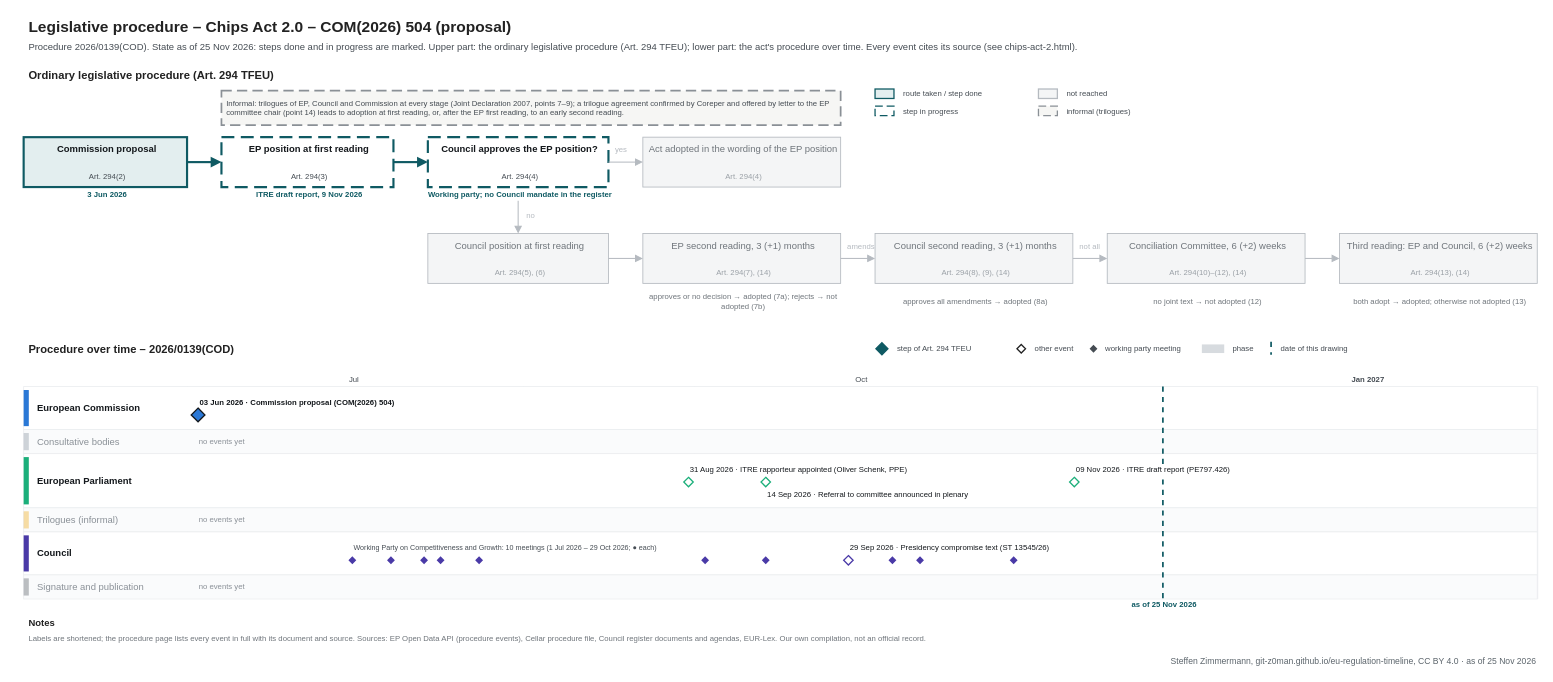
The draw.io diagram procedures/chips-act-2.drawio in git-z0man/eu-regulation-timeline, before the edit. Source tidied: cells renumbered, new cells numbered last; positions are measured from the earlier drawing's top-left corner, leaving out a move shared by most shapes. Both pictures are drawn from the tidied source at 86%, with x=0, y=0 at pixel (15, 15).
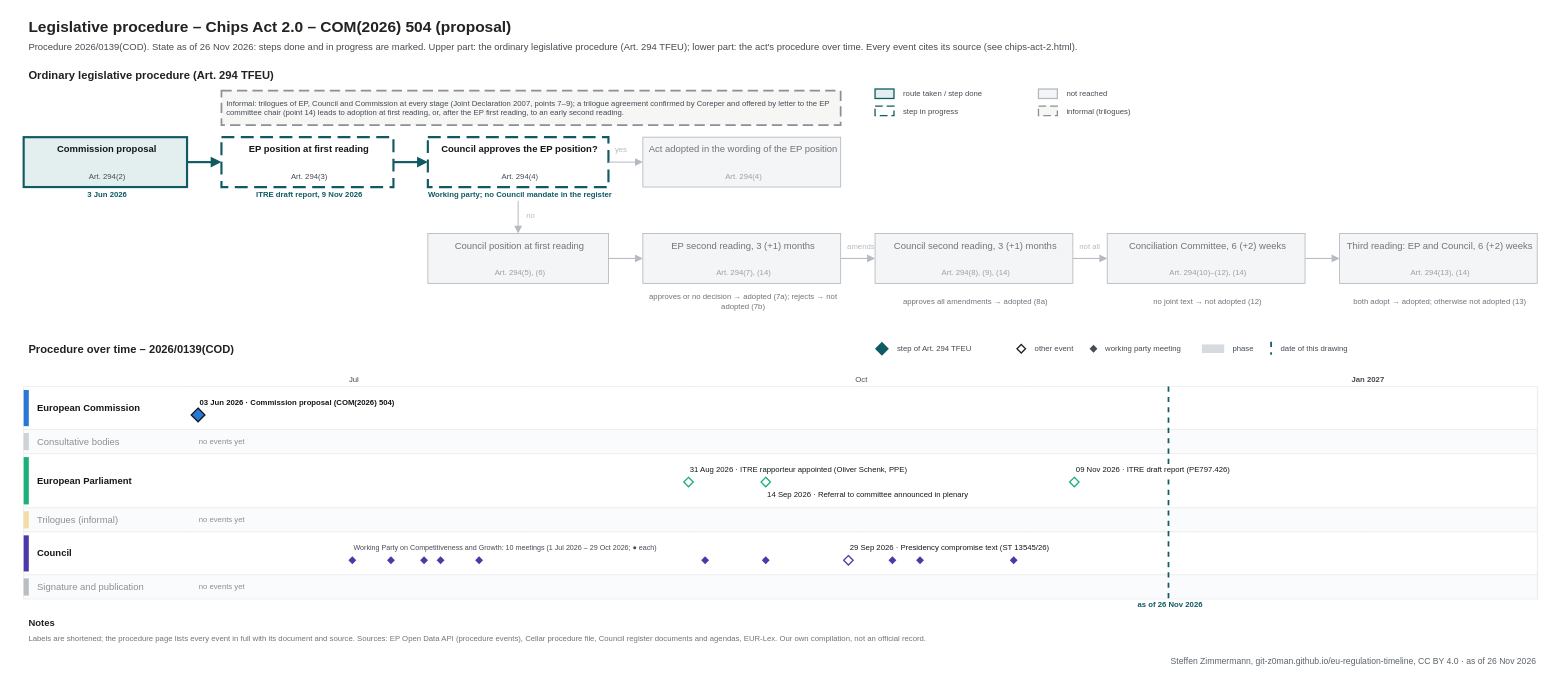
After the change.

Diff of the diagram source:
```diff
@@
-    <mxCell id="3" value="Procedure 2026/0139(COD). State as of 25 Nov 2026: steps done and in progress are marked. Upper part: the ordinary legislative procedure (Art. 294 TFEU); lower part: the act's procedure over time. Every event cites its source (see chips-act-2.html)." style="text;html=1;fontSize=11;fontColor=#454c53;align=left;verticalAlign=middle;spacingLeft=4;" parent="1" vertex="1">
+    <mxCell id="3" value="Procedure 2026/0139(COD). State as of 26 Nov 2026: steps done and in progress are marked. Upper part: the ordinary legislative procedure (Art. 294 TFEU); lower part: the act's procedure over time. Every event cites its source (see chips-act-2.html)." style="text;html=1;fontSize=11;fontColor=#454c53;align=left;verticalAlign=middle;spacingLeft=4;" parent="1" vertex="1">
       <mxGeometry x="10" y="28" width="1700" height="18" as="geometry" />
     </mxCell>
@@
     <mxCell id="105" style="line;html=1;strokeWidth=2;strokeColor=#0f5a63;direction=south;dashed=1;" parent="1" vertex="1">
-      <mxGeometry x="1334.2" y="432" width="1" height="247" as="geometry" />
+      <mxGeometry x="1340.7" y="432" width="1" height="247" as="geometry" />
     </mxCell>
-    <mxCell id="106" value="as of 25 Nov 2026" style="text;html=1;fontSize=9;fontColor=#0f5a63;align=center;verticalAlign=middle;spacingLeft=4;fontStyle=1;" parent="1" vertex="1">
-      <mxGeometry x="1274.2" y="680" width="120" height="12" as="geometry" />
+    <mxCell id="106" value="as of 26 Nov 2026" style="text;html=1;fontSize=9;fontColor=#0f5a63;align=center;verticalAlign=middle;spacingLeft=4;fontStyle=1;" parent="1" vertex="1">
+      <mxGeometry x="1280.7" y="680" width="120" height="12" as="geometry" />
     </mxCell>
@@
-    <mxCell id="130" value="Steffen Zimmermann, git-z0man.github.io/eu-regulation-timeline, CC BY 4.0 · as of 25 Nov 2026" style="text;html=1;fontSize=10;fontColor=#5b646b;align=right;verticalAlign=middle;spacingLeft=4;" parent="1" vertex="1">
+    <mxCell id="130" value="Steffen Zimmermann, git-z0man.github.io/eu-regulation-timeline, CC BY 4.0 · as of 26 Nov 2026" style="text;html=1;fontSize=10;fontColor=#5b646b;align=right;verticalAlign=middle;spacingLeft=4;" parent="1" vertex="1">
       <mxGeometry x="10" y="743" width="1760" height="16" as="geometry" />
     </mxCell>
```
